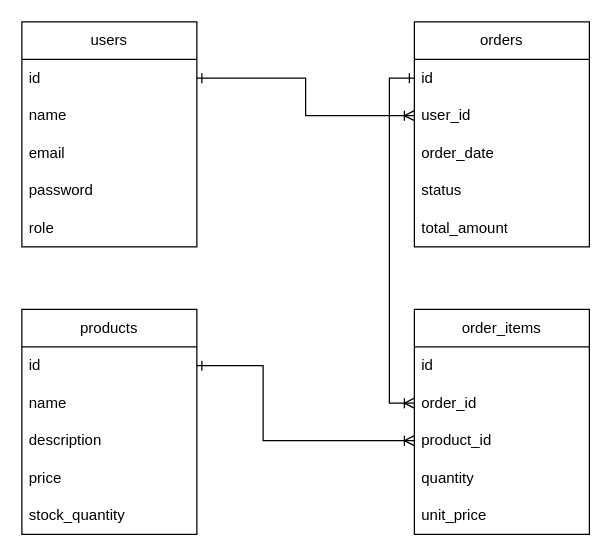
Earlier version of the draw.io diagram db_estructure.drawio (EduardoLBorges/ecommerce). Source tidied: cells renumbered, new cells numbered last; positions are measured from the earlier drawing's top-left corner, leaving out a move shared by most shapes. Both pictures are drawn from the tidied source at 125%, with x=0, y=0 at pixel (21, 21).
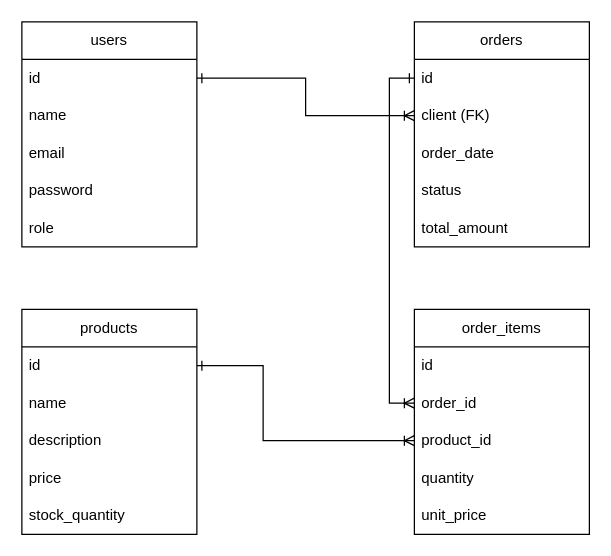
After the change.

The change refers to these unchanged cells:
```xml
<mxCell id="8" value="orders" style="swimlane;fontStyle=0;horizontal=1;startSize=30;whiteSpace=wrap;html=1;" parent="1" vertex="1">
  <mxGeometry x="314" width="140" height="180" as="geometry" />
</mxCell>
```

What changed in the source:
```diff
@@
-    <mxCell id="10" value="user_id" style="text;strokeColor=none;fillColor=none;align=left;verticalAlign=middle;spacingLeft=4;spacingRight=4;overflow=hidden;points=[[0,0.5],[1,0.5]];portConstraint=eastwest;whiteSpace=wrap;html=1;" parent="8" vertex="1">
+    <mxCell id="10" value="client (FK)" style="text;strokeColor=none;fillColor=none;align=left;verticalAlign=middle;spacingLeft=4;spacingRight=4;overflow=hidden;points=[[0,0.5],[1,0.5]];portConstraint=eastwest;whiteSpace=wrap;html=1;" parent="8" vertex="1">
       <mxGeometry y="60" width="140" height="30" as="geometry" />
     </mxCell>
```
